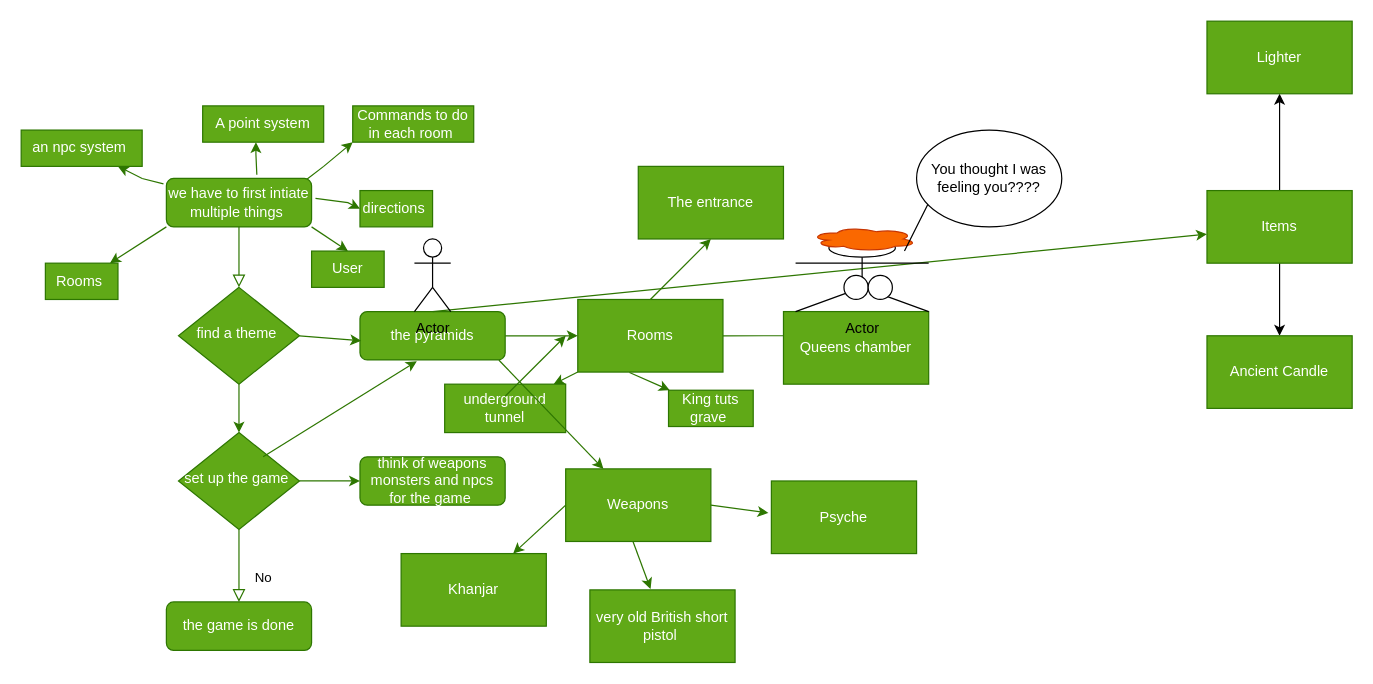
Above: Untitled Diagram.drawio in staten-island-tech/oop-adventures-abo-omar (draw.io), before the change. Source tidied: cells renumbered, new cells numbered last; positions are measured from the earlier drawing's top-left corner, leaving out a move shared by most shapes. Both pictures are drawn from the tidied source at 121%, with x=0, y=0 at pixel (21, 21).
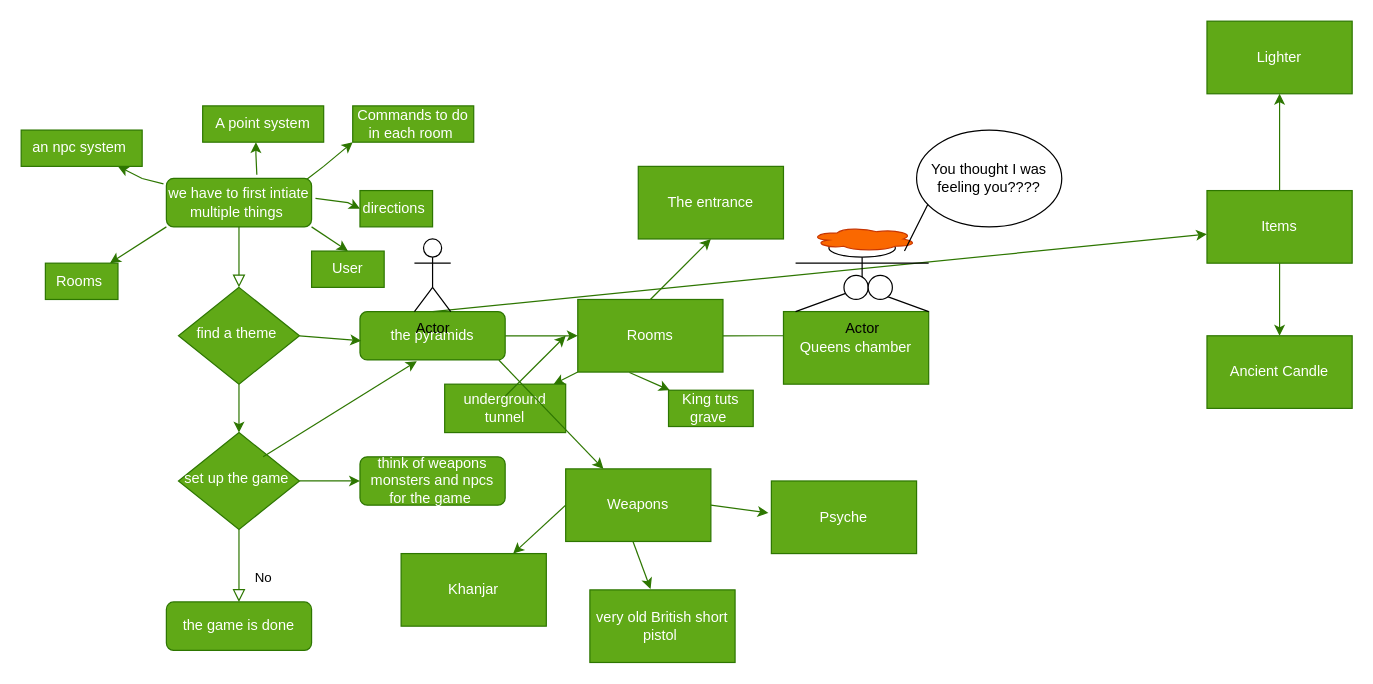
The same diagram, later.

Unchanged cells that the change refers to:
```xml
<mxCell id="49" value="Items" style="rounded=0;whiteSpace=wrap;html=1;fillColor=#60a917;fontColor=#ffffff;strokeColor=#2D7600;" parent="1" vertex="1">
  <mxGeometry x="980" y="140" width="120" height="60" as="geometry" />
</mxCell>
<mxCell id="57" value="Ancient Candle" style="whiteSpace=wrap;html=1;fillColor=#60a917;strokeColor=#2D7600;fontColor=#ffffff;rounded=0;" parent="1" vertex="1">
  <mxGeometry x="980" y="260" width="120" height="60" as="geometry" />
</mxCell>
<mxCell id="58" value="Lighter" style="whiteSpace=wrap;html=1;fillColor=#60a917;strokeColor=#2D7600;fontColor=#ffffff;rounded=0;" parent="1" vertex="1">
  <mxGeometry x="980" width="120" height="60" as="geometry" />
</mxCell>
```

What changed in the source:
```diff
@@
-    <mxCell id="47" style="edgeStyle=orthogonalEdgeStyle;rounded=0;jettySize=auto;html=1;exitX=0.5;exitY=1;exitDx=0;exitDy=0;" parent="1" edge="1" source="49" target="57">
+    <mxCell id="47" style="edgeStyle=orthogonalEdgeStyle;rounded=0;jettySize=auto;html=1;exitX=0.5;exitY=1;exitDx=0;exitDy=0;fillColor=#60a917;strokeColor=#2D7600;" parent="1" edge="1" source="49" target="57">
       <mxGeometry relative="1" as="geometry" />
     </mxCell>
-    <mxCell id="48" style="edgeStyle=orthogonalEdgeStyle;rounded=0;jettySize=auto;html=1;" parent="1" edge="1" source="49" target="58">
+    <mxCell id="48" style="edgeStyle=orthogonalEdgeStyle;rounded=0;jettySize=auto;html=1;fillColor=#60a917;strokeColor=#2D7600;" parent="1" edge="1" source="49" target="58">
       <mxGeometry relative="1" as="geometry" />
     </mxCell>
```
